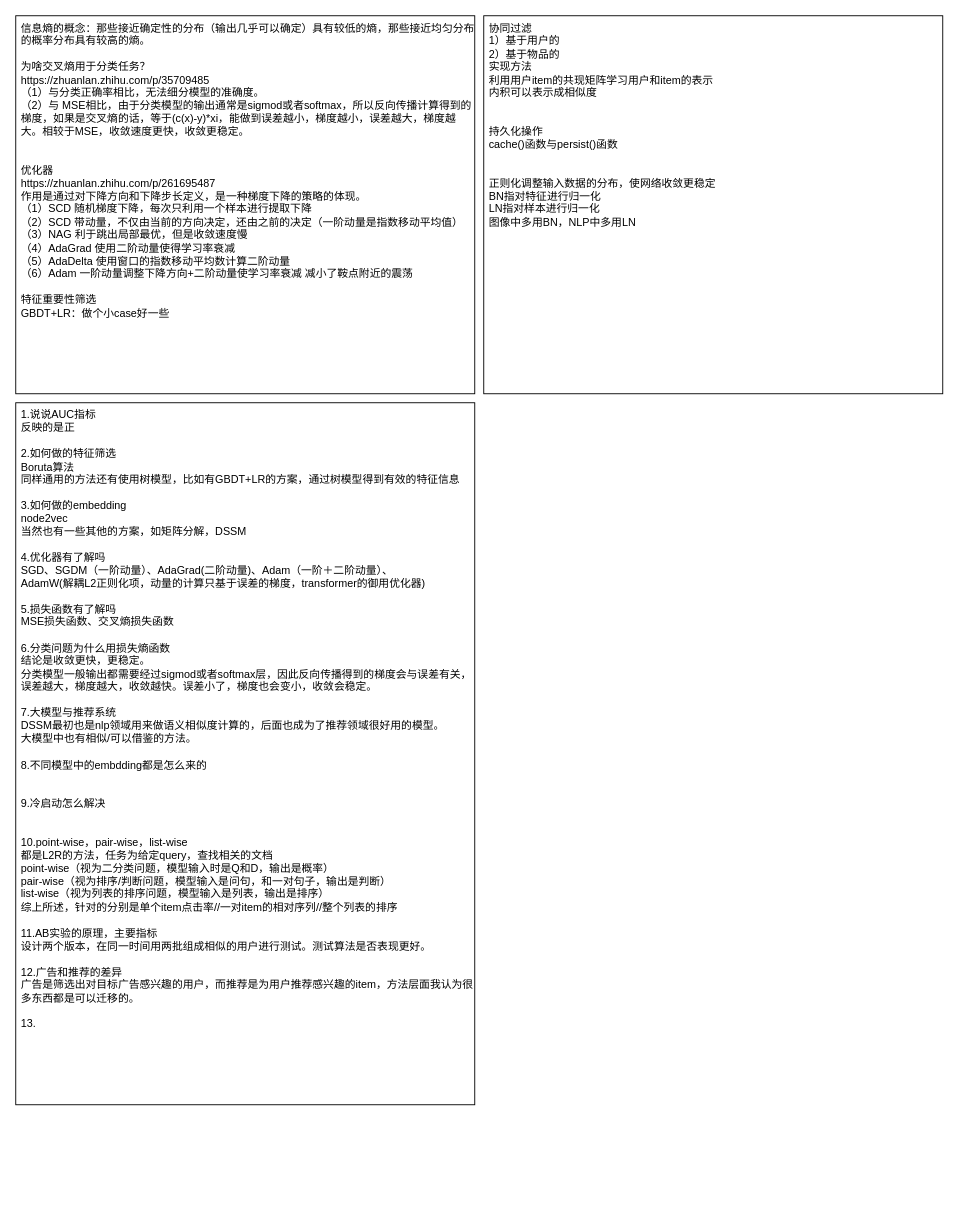
Before: 推荐八股.drawio in limpid-11/drawio, a draw.io diagram. Source tidied: cells renumbered, new cells numbered last; positions are measured from the earlier drawing's top-left corner, leaving out a move shared by most shapes. Both pictures are drawn from the tidied source at 90%, with x=0, y=0 at pixel (15, 15).
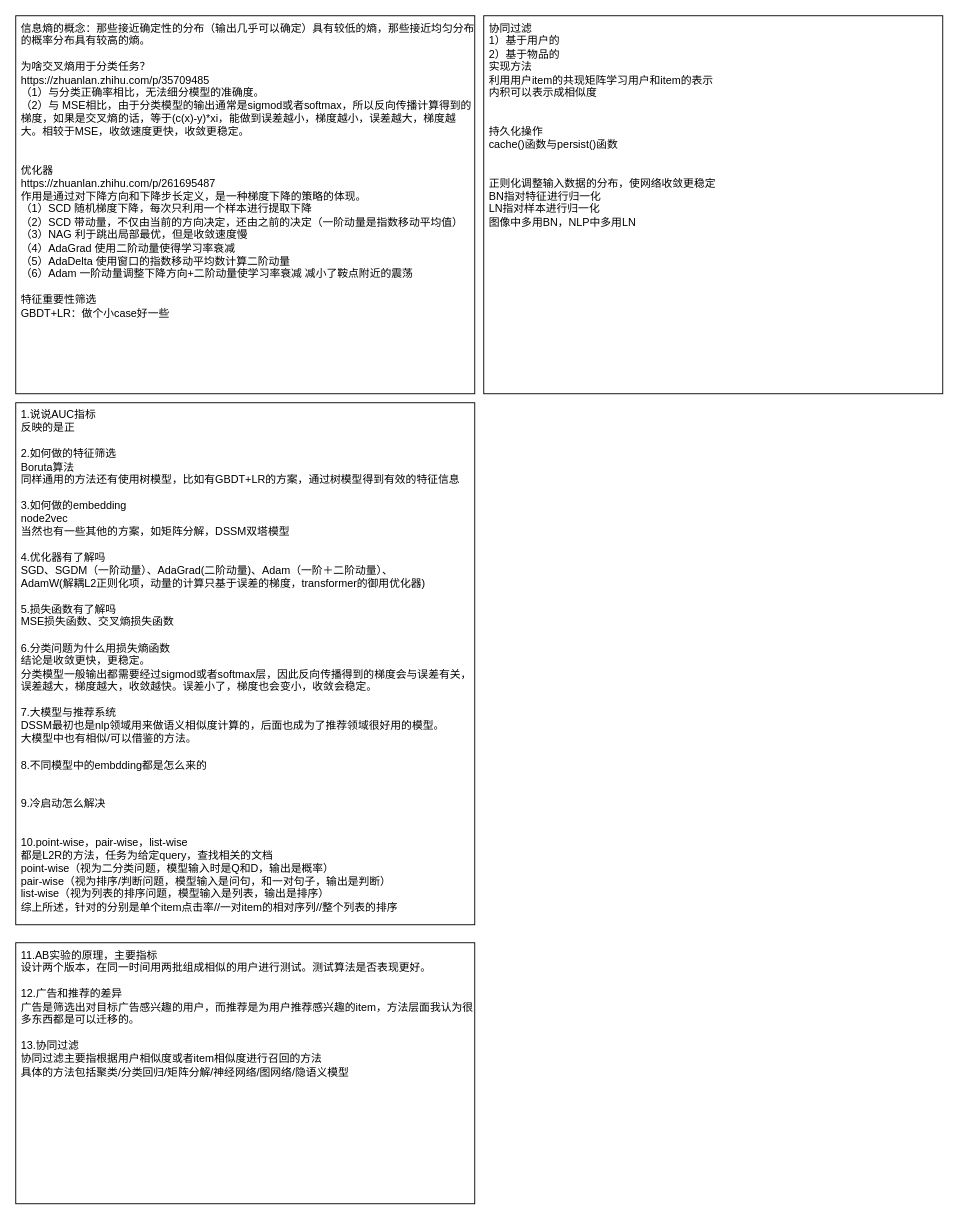
After the change.

Commit message:
更新推荐八股.drawio

What changed in the source:
```diff
@@
 <mxGraphModel>
   <root>
     <mxCell id="0" />
     <mxCell id="1" parent="0" />
     <mxCell id="2" value="协同过滤&lt;div&gt;1）基于用户的&lt;/div&gt;&lt;div&gt;2）基于物品的&lt;/div&gt;&lt;div&gt;实现方法&lt;/div&gt;&lt;div&gt;利用用户item的共现矩阵学习用户和item的表示&lt;/div&gt;&lt;div&gt;内积可以表示成相似度&lt;/div&gt;&lt;div&gt;&lt;br&gt;&lt;/div&gt;&lt;div&gt;&lt;br&gt;&lt;/div&gt;&lt;div&gt;持久化操作&lt;/div&gt;&lt;div&gt;cache()函数与persist()函数&lt;/div&gt;&lt;div&gt;&lt;br&gt;&lt;/div&gt;&lt;div&gt;&lt;br&gt;&lt;/div&gt;&lt;div&gt;正则化调整输入数据的分布，使网络收敛更稳定&lt;/div&gt;&lt;div&gt;BN指对特征进行归一化&lt;/div&gt;&lt;div&gt;LN指对样本进行归一化&lt;/div&gt;&lt;div&gt;图像中多用BN，NLP中多用LN&lt;/div&gt;&lt;div&gt;&lt;br&gt;&lt;/div&gt;" style="rounded=0;whiteSpace=wrap;html=1;align=left;verticalAlign=top;spacingLeft=4;" parent="1" vertex="1">
       <mxGeometry x="520" width="510" height="420" as="geometry" />
     </mxCell>
     <mxCell id="3" value="&lt;div&gt;信息熵的概念：那些接近确定性的分布（输出几乎可以确定）具有较低的熵，那些接近均匀分布的概率分布具有较高的熵。&lt;/div&gt;&lt;div&gt;&lt;br&gt;&lt;/div&gt;&lt;div&gt;为啥交叉熵用于分类任务？&lt;/div&gt;&lt;div&gt;https://zhuanlan.zhihu.com/p/35709485&lt;br&gt;&lt;/div&gt;&lt;div&gt;（1）与分类正确率相比，无法细分模型的准确度。&lt;/div&gt;&lt;div&gt;（2）与 MSE相比，由于分类模型的输出通常是sigmod或者softmax，所以反向传播计算得到的梯度，如果是交叉熵的话，等于(c(x)-y)*xi，能做到误差越小，梯度越小，误差越大，梯度越大。相较于MSE，收敛速度更快，收敛更稳定。&lt;/div&gt;&lt;div&gt;&lt;br&gt;&lt;/div&gt;&lt;div&gt;&lt;br&gt;&lt;/div&gt;&lt;div&gt;优化器&lt;/div&gt;&lt;div&gt;https://zhuanlan.zhihu.com/p/261695487&lt;br&gt;&lt;/div&gt;&lt;div&gt;作用是通过对下降方向和下降步长定义，是一种梯度下降的策略的体现。&lt;/div&gt;&lt;div&gt;（1）SCD 随机梯度下降，每次只利用一个样本进行提取下降&lt;/div&gt;&lt;div&gt;（2）SCD 带动量，不仅由当前的方向决定，还由之前的决定（一阶动量是指数移动平均值）&lt;/div&gt;&lt;div&gt;（3）NAG 利于跳出局部最优，但是收敛速度慢&lt;/div&gt;&lt;div&gt;（4）AdaGrad 使用二阶动量使得学习率衰减&lt;/div&gt;&lt;div&gt;（5）AdaDelta 使用窗口的指数移动平均数计算二阶动量&lt;/div&gt;&lt;div&gt;（6）Adam 一阶动量调整下降方向+二阶动量使学习率衰减 减小了鞍点附近的震荡&lt;/div&gt;&lt;div&gt;&lt;br&gt;&lt;/div&gt;&lt;div&gt;特征重要性筛选&lt;/div&gt;&lt;div&gt;GBDT+LR：做个小case好一些&lt;/div&gt;&lt;div&gt;&lt;br&gt;&lt;/div&gt;&lt;div&gt;&lt;br&gt;&lt;/div&gt;&lt;div&gt;&lt;br&gt;&lt;/div&gt;" style="rounded=0;whiteSpace=wrap;html=1;align=left;verticalAlign=top;spacingLeft=4;" parent="1" vertex="1">
       <mxGeometry width="510" height="420" as="geometry" />
     </mxCell>
-    <mxCell id="4" value="&lt;div&gt;1.说说AUC指标&lt;/div&gt;&lt;div&gt;反映的是正&lt;/div&gt;&lt;div&gt;&lt;br&gt;&lt;/div&gt;&lt;div&gt;2.如何做的特征筛选&lt;/div&gt;&lt;div&gt;Boruta算法&lt;/div&gt;&lt;div&gt;同样通用的方法还有使用树模型，比如有GBDT+LR的方案，通过树模型得到有效的特征信息&lt;/div&gt;&lt;div&gt;&lt;br&gt;&lt;/div&gt;&lt;div&gt;3.如何做的embedding&lt;/div&gt;&lt;div&gt;node2vec&lt;/div&gt;&lt;div&gt;当然也有一些其他的方案，如矩阵分解，DSSM&lt;/div&gt;&lt;div&gt;&lt;br&gt;&lt;/div&gt;&lt;div&gt;4.优化器有了解吗&lt;/div&gt;&lt;div&gt;SGD、SGDM（一阶动量）、AdaGrad(二阶动量)、Adam（一阶＋二阶动量）、&lt;/div&gt;&lt;div&gt;AdamW(解耦L2正则化项，动量的计算只基于误差的梯度，transformer的御用优化器)&lt;/div&gt;&lt;div&gt;&lt;br&gt;&lt;/div&gt;&lt;div&gt;5.损失函数有了解吗&lt;/div&gt;&lt;div&gt;MSE损失函数、交叉熵损失函数&lt;/div&gt;&lt;div&gt;&lt;br&gt;&lt;/div&gt;&lt;div&gt;6.分类问题为什么用损失熵函数&lt;/div&gt;&lt;div&gt;结论是收敛更快，更稳定。&lt;/div&gt;&lt;div&gt;分类模型一般输出都需要经过sigmod或者softmax层，因此反向传播得到的梯度会与误差有关，误差越大，梯度越大，收敛越快。误差小了，梯度也会变小，收敛会稳定。&lt;/div&gt;&lt;div&gt;&lt;br&gt;&lt;/div&gt;&lt;div&gt;7.大模型与推荐系统&lt;/div&gt;&lt;div&gt;DSSM最初也是nlp领域用来做语义相似度计算的，后面也成为了推荐领域很好用的模型。&lt;br&gt;&lt;/div&gt;&lt;div&gt;大模型中也有相似/可以借鉴的方法。&lt;/div&gt;&lt;div&gt;&lt;br&gt;&lt;/div&gt;&lt;div&gt;8.不同模型中的embdding都是怎么来的&lt;/div&gt;&lt;div&gt;&lt;br&gt;&lt;/div&gt;&lt;div&gt;&lt;br&gt;&lt;/div&gt;&lt;div&gt;9.冷启动怎么解决&lt;/div&gt;&lt;div&gt;&lt;br&gt;&lt;/div&gt;&lt;div&gt;&lt;br&gt;&lt;/div&gt;&lt;div&gt;10.point-wise，pair-wise，list-wise&lt;/div&gt;&lt;div&gt;都是L2R的方法，任务为给定query，查找相关的文档&lt;/div&gt;&lt;div&gt;point-wise（视为二分类问题，模型输入时是Q和D，输出是概率）&lt;br&gt;&lt;/div&gt;&lt;div&gt;pair-wise（视为排序/判断问题，模型输入是问句，和一对句子，输出是判断）&lt;br&gt;&lt;/div&gt;&lt;div&gt;list-wise（视为列表的排序问题，模型输入是列表，输出是排序）&lt;br&gt;&lt;/div&gt;&lt;div&gt;综上所述，针对的分别是单个item点击率//一对item的相对序列//整个列表的排序&lt;/div&gt;&lt;div&gt;&lt;br&gt;&lt;/div&gt;&lt;div&gt;11.AB实验的原理，主要指标&lt;/div&gt;&lt;div&gt;设计两个版本，在同一时间用两批组成相似的用户进行测试。测试算法是否表现更好。&lt;/div&gt;&lt;div&gt;&lt;br&gt;&lt;/div&gt;&lt;div&gt;12.广告和推荐的差异&lt;/div&gt;&lt;div&gt;广告是筛选出对目标广告感兴趣的用户，而推荐是为用户推荐感兴趣的item，方法层面我认为很多东西都是可以迁移的。&lt;/div&gt;&lt;div&gt;&lt;br&gt;&lt;/div&gt;&lt;div&gt;13.&lt;/div&gt;" style="rounded=0;whiteSpace=wrap;html=1;align=left;verticalAlign=top;spacingLeft=4;" parent="1" vertex="1">
-      <mxGeometry y="430" width="510" height="780" as="geometry" />
+    <mxCell id="4" value="&lt;div&gt;1.说说AUC指标&lt;/div&gt;&lt;div&gt;反映的是正&lt;/div&gt;&lt;div&gt;&lt;br&gt;&lt;/div&gt;&lt;div&gt;2.如何做的特征筛选&lt;/div&gt;&lt;div&gt;Boruta算法&lt;/div&gt;&lt;div&gt;同样通用的方法还有使用树模型，比如有GBDT+LR的方案，通过树模型得到有效的特征信息&lt;/div&gt;&lt;div&gt;&lt;br&gt;&lt;/div&gt;&lt;div&gt;3.如何做的embedding&lt;/div&gt;&lt;div&gt;node2vec&lt;/div&gt;&lt;div&gt;当然也有一些其他的方案，如矩阵分解，DSSM双塔模型&lt;/div&gt;&lt;div&gt;&lt;br&gt;&lt;/div&gt;&lt;div&gt;4.优化器有了解吗&lt;/div&gt;&lt;div&gt;SGD、SGDM（一阶动量）、AdaGrad(二阶动量)、Adam（一阶＋二阶动量）、&lt;/div&gt;&lt;div&gt;AdamW(解耦L2正则化项，动量的计算只基于误差的梯度，transformer的御用优化器)&lt;/div&gt;&lt;div&gt;&lt;br&gt;&lt;/div&gt;&lt;div&gt;5.损失函数有了解吗&lt;/div&gt;&lt;div&gt;MSE损失函数、交叉熵损失函数&lt;/div&gt;&lt;div&gt;&lt;br&gt;&lt;/div&gt;&lt;div&gt;6.分类问题为什么用损失熵函数&lt;/div&gt;&lt;div&gt;结论是收敛更快，更稳定。&lt;/div&gt;&lt;div&gt;分类模型一般输出都需要经过sigmod或者softmax层，因此反向传播得到的梯度会与误差有关，误差越大，梯度越大，收敛越快。误差小了，梯度也会变小，收敛会稳定。&lt;/div&gt;&lt;div&gt;&lt;br&gt;&lt;/div&gt;&lt;div&gt;7.大模型与推荐系统&lt;/div&gt;&lt;div&gt;DSSM最初也是nlp领域用来做语义相似度计算的，后面也成为了推荐领域很好用的模型。&lt;br&gt;&lt;/div&gt;&lt;div&gt;大模型中也有相似/可以借鉴的方法。&lt;/div&gt;&lt;div&gt;&lt;br&gt;&lt;/div&gt;&lt;div&gt;8.不同模型中的embdding都是怎么来的&lt;/div&gt;&lt;div&gt;&lt;br&gt;&lt;/div&gt;&lt;div&gt;&lt;br&gt;&lt;/div&gt;&lt;div&gt;9.冷启动怎么解决&lt;/div&gt;&lt;div&gt;&lt;br&gt;&lt;/div&gt;&lt;div&gt;&lt;br&gt;&lt;/div&gt;&lt;div&gt;&lt;div&gt;10.point-wise，pair-wise，list-wise&lt;/div&gt;&lt;div&gt;都是L2R的方法，任务为给定query，查找相关的文档&lt;/div&gt;&lt;div&gt;point-wise（视为二分类问题，模型输入时是Q和D，输出是概率）&lt;/div&gt;&lt;div&gt;pair-wise（视为排序/判断问题，模型输入是问句，和一对句子，输出是判断）&lt;/div&gt;&lt;div&gt;list-wise（视为列表的排序问题，模型输入是列表，输出是排序）&lt;/div&gt;&lt;div&gt;综上所述，针对的分别是单个item点击率//一对item的相对序列//整个列表的排序&lt;/div&gt;&lt;/div&gt;" style="rounded=0;whiteSpace=wrap;html=1;align=left;verticalAlign=top;spacingLeft=4;" parent="1" vertex="1">
+      <mxGeometry y="430" width="510" height="580" as="geometry" />
     </mxCell>
+    <mxCell id="5" value="&lt;div&gt;&lt;span style=&quot;background-color: initial;&quot;&gt;11.AB实验的原理，主要指标&lt;/span&gt;&lt;br&gt;&lt;/div&gt;&lt;div&gt;设计两个版本，在同一时间用两批组成相似的用户进行测试。测试算法是否表现更好。&lt;/div&gt;&lt;div&gt;&lt;br&gt;&lt;/div&gt;&lt;div&gt;12.广告和推荐的差异&lt;/div&gt;&lt;div&gt;广告是筛选出对目标广告感兴趣的用户，而推荐是为用户推荐感兴趣的item，方法层面我认为很多东西都是可以迁移的。&lt;/div&gt;&lt;div&gt;&lt;br&gt;&lt;/div&gt;&lt;div&gt;13.协同过滤&lt;/div&gt;&lt;div&gt;协同过滤主要指根据用户相似度或者item相似度进行召回的方法&lt;/div&gt;&lt;div&gt;具体的方法包括聚类/分类回归/矩阵分解/神经网络/图网络/隐语义模型&lt;/div&gt;" style="rounded=0;whiteSpace=wrap;html=1;align=left;verticalAlign=top;spacingLeft=4;" parent="1" vertex="1">
+      <mxGeometry y="1030" width="510" height="290" as="geometry" />
+    </mxCell>
   </root>
 </mxGraphModel>
```
